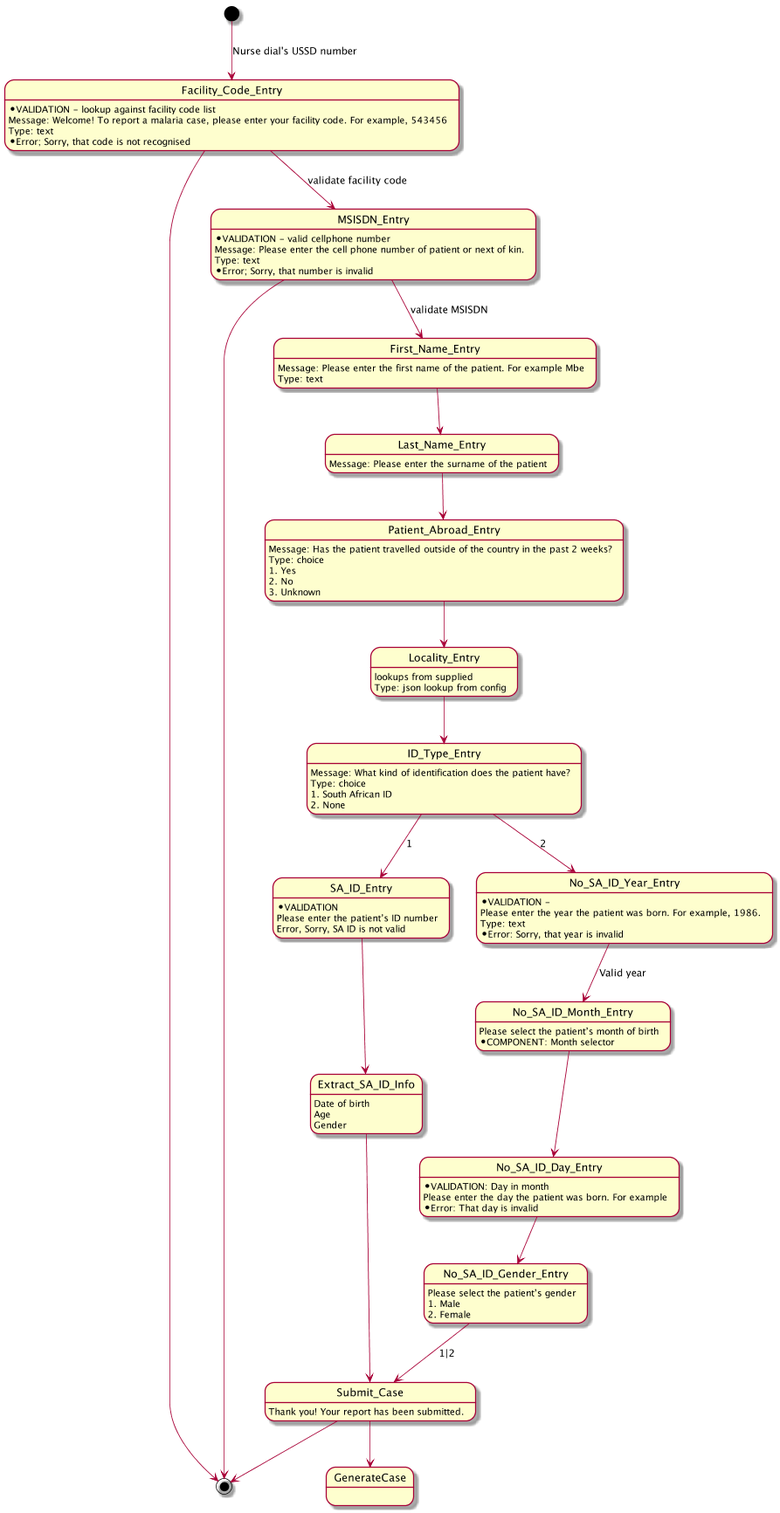
Earlier version of the PlantUML export State.png (praekeltfoundation/go-jsbox-malaria24).
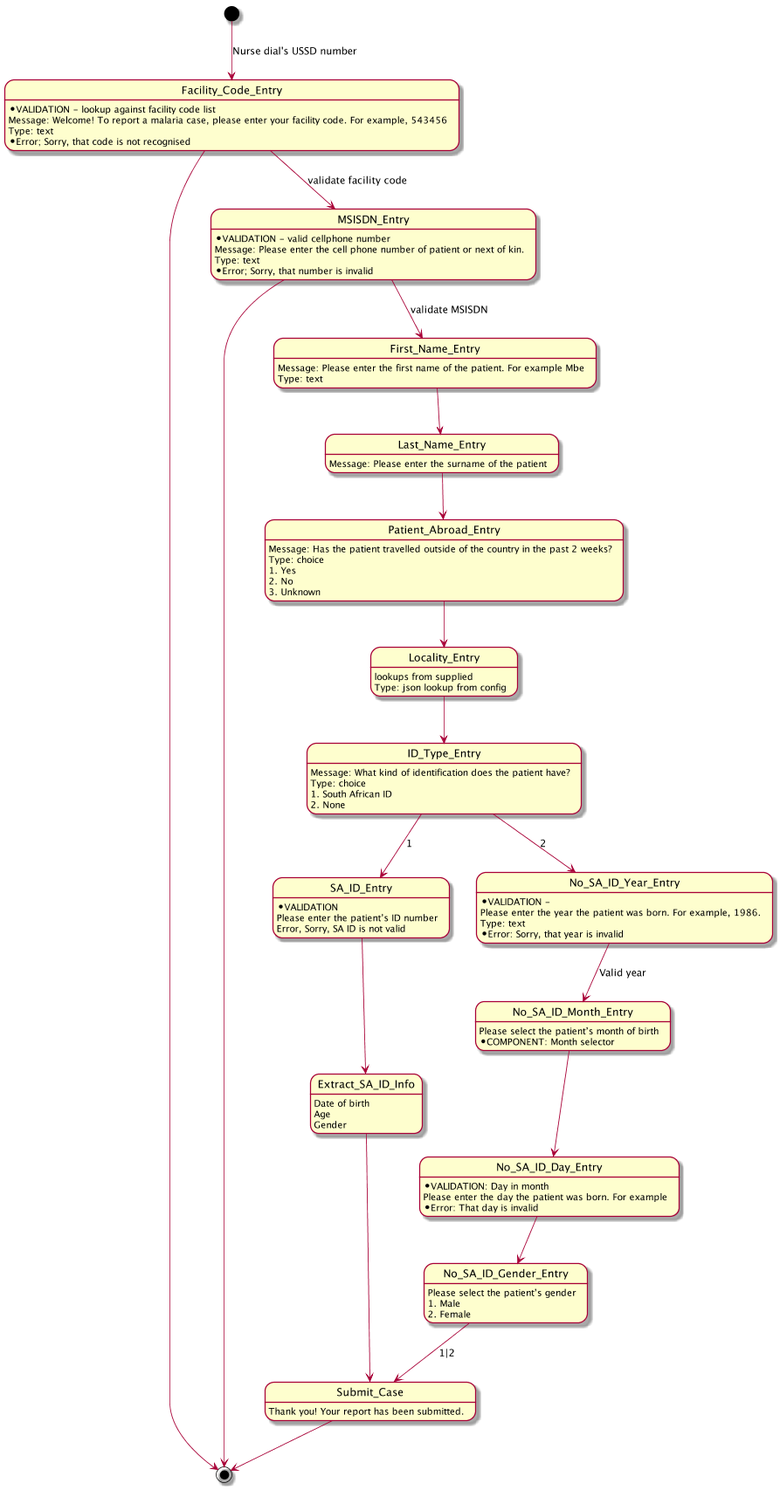
The same diagram one commit later.

Commit message:
- Removed Generate Case state from State.md - Added ona.fixtures.js - Added Q as a dependency to app.js

What changed in the source:
```diff
@@ -74,8 +74,6 @@
 Extract_SA_ID_Info : Gender
 
 Submit_Case --> [*]
-
 Submit_Case: Thank you! Your report has been submitted.
-Submit_Case --> GenerateCase
 
 @enduml
```
